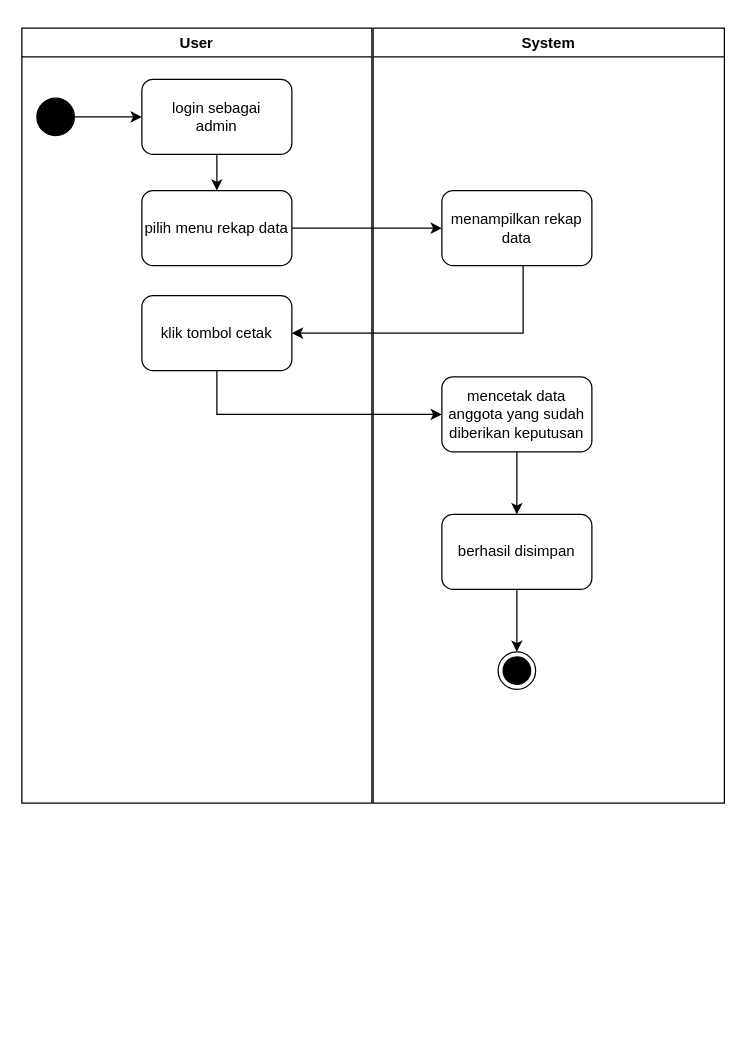
Above: page "Rekap Data" (15 of 41) of public/Untitled Diagram.drawio in alinurd/simpanPinjam (draw.io), before the change. Source tidied: cells renumbered, new cells numbered last; positions are measured from the earlier drawing's top-left corner, leaving out a move shared by most shapes. Both pictures are drawn from the tidied source at 125%, with x=0, y=0 at pixel (21, 28).
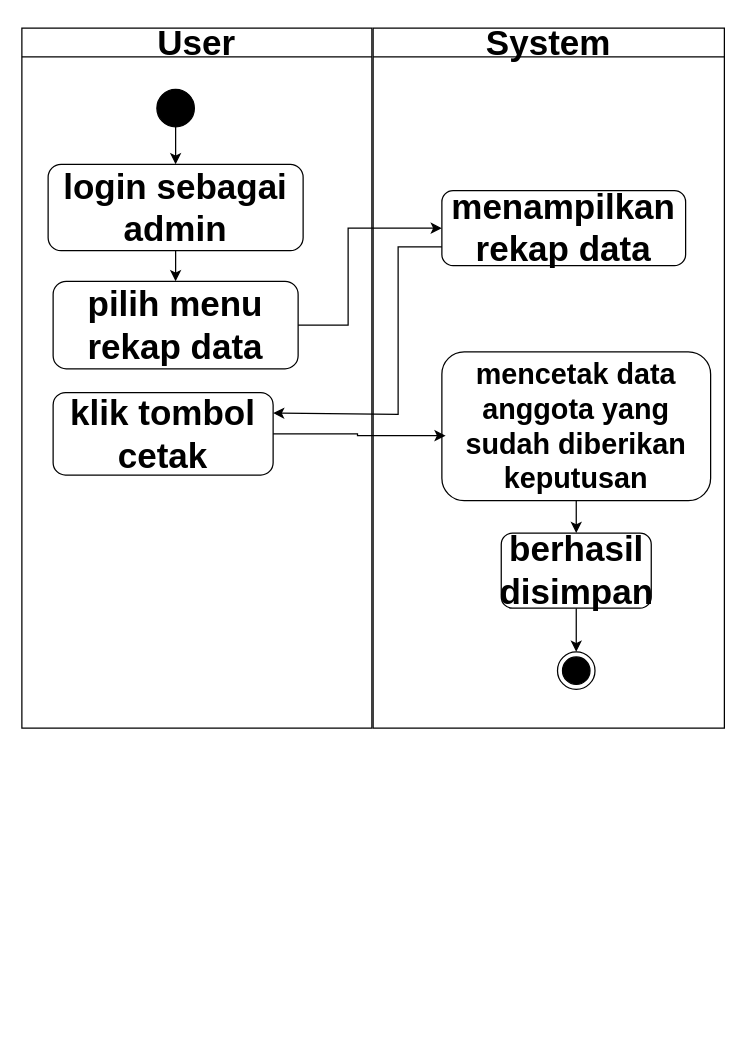
After the change.

Diff of the diagram source:
```diff
@@
-    <mxCell id="2" style="group;" parent="1" vertex="1">
+    <mxCell id="2" style="group;fontSize=28;fontStyle=1;" parent="1" vertex="1">
       <mxGeometry width="562" height="810" as="geometry" />
     </mxCell>
-    <mxCell id="3" value="User" style="swimlane;whiteSpace=wrap;html=1;" parent="2" vertex="1">
-      <mxGeometry width="280" height="620" as="geometry" />
+    <mxCell id="3" value="User" style="swimlane;whiteSpace=wrap;html=1;fontSize=28;fontStyle=1;" parent="2" vertex="1">
+      <mxGeometry width="280" height="560" as="geometry" />
     </mxCell>
-    <mxCell id="4" style="edgeStyle=orthogonalEdgeStyle;rounded=0;jettySize=auto;html=1;" parent="3" edge="1" source="5" target="8">
+    <mxCell id="4" style="edgeStyle=orthogonalEdgeStyle;rounded=0;jettySize=auto;html=1;fontSize=28;fontStyle=1;" parent="3" edge="1" source="5" target="8">
       <mxGeometry relative="1" as="geometry" />
     </mxCell>
-    <mxCell id="5" value="login sebagai &lt;br&gt;admin" style="rounded=1;whiteSpace=wrap;html=1;" parent="3" vertex="1">
-      <mxGeometry x="96" y="41" width="120" height="60" as="geometry" />
+    <mxCell id="5" value="login sebagai &lt;br style=&quot;font-size: 28px;&quot;&gt;admin" style="rounded=1;whiteSpace=wrap;html=1;fontSize=28;fontStyle=1;" parent="3" vertex="1">
+      <mxGeometry x="21" y="109" width="204" height="69" as="geometry" />
     </mxCell>
-    <mxCell id="6" style="edgeStyle=orthogonalEdgeStyle;rounded=0;jettySize=auto;html=1;" parent="3" edge="1" source="7" target="5">
+    <mxCell id="6" style="edgeStyle=orthogonalEdgeStyle;rounded=0;jettySize=auto;html=1;fontSize=28;fontStyle=1;" parent="3" edge="1" source="7" target="5">
       <mxGeometry relative="1" as="geometry" />
     </mxCell>
-    <mxCell id="7" style="ellipse;fillColor=strokeColor;html=1;" parent="3" vertex="1">
-      <mxGeometry x="12" y="56" width="30" height="30" as="geometry" />
+    <mxCell id="7" style="ellipse;fillColor=strokeColor;html=1;fontSize=28;fontStyle=1;" parent="3" vertex="1">
+      <mxGeometry x="108" y="49" width="30" height="30" as="geometry" />
     </mxCell>
-    <mxCell id="8" value="pilih menu rekap data" style="rounded=1;whiteSpace=wrap;html=1;" parent="3" vertex="1">
-      <mxGeometry x="96" y="130" width="120" height="60" as="geometry" />
+    <mxCell id="8" value="pilih menu rekap data" style="rounded=1;whiteSpace=wrap;html=1;fontSize=28;fontStyle=1;" parent="3" vertex="1">
+      <mxGeometry x="25" y="202.5" width="196" height="70" as="geometry" />
     </mxCell>
-    <mxCell id="9" value="klik tombol cetak" style="rounded=1;whiteSpace=wrap;html=1;" parent="3" vertex="1">
-      <mxGeometry x="96" y="214" width="120" height="60" as="geometry" />
+    <mxCell id="9" value="klik tombol cetak" style="rounded=1;whiteSpace=wrap;html=1;fontSize=28;fontStyle=1;" parent="3" vertex="1">
+      <mxGeometry x="25" y="291.5" width="176" height="66" as="geometry" />
     </mxCell>
-    <mxCell id="10" value="System" style="swimlane;whiteSpace=wrap;html=1;" parent="2" vertex="1">
-      <mxGeometry x="281" width="281" height="620" as="geometry" />
+    <mxCell id="10" value="System" style="swimlane;whiteSpace=wrap;html=1;fontSize=28;fontStyle=1;" parent="2" vertex="1">
+      <mxGeometry x="281" width="281" height="560" as="geometry" />
     </mxCell>
-    <mxCell id="11" value="menampilkan rekap data" style="rounded=1;whiteSpace=wrap;html=1;" parent="10" vertex="1">
-      <mxGeometry x="55" y="130" width="120" height="60" as="geometry" />
+    <mxCell id="11" value="menampilkan rekap data" style="rounded=1;whiteSpace=wrap;html=1;fontSize=28;fontStyle=1;" parent="10" vertex="1">
+      <mxGeometry x="55" y="130" width="195" height="60" as="geometry" />
     </mxCell>
-    <mxCell id="12" style="edgeStyle=orthogonalEdgeStyle;rounded=0;jettySize=auto;html=1;" parent="10" edge="1" source="13" target="15">
+    <mxCell id="12" style="edgeStyle=orthogonalEdgeStyle;rounded=0;jettySize=auto;html=1;fontSize=28;fontStyle=1;" parent="10" edge="1" source="13" target="15">
       <mxGeometry relative="1" as="geometry" />
     </mxCell>
-    <mxCell id="13" value="mencetak data anggota yang sudah diberikan keputusan" style="rounded=1;whiteSpace=wrap;html=1;" parent="10" vertex="1">
-      <mxGeometry x="55" y="279" width="120" height="60" as="geometry" />
+    <mxCell id="13" value="mencetak data anggota yang sudah diberikan keputusan" style="rounded=1;whiteSpace=wrap;html=1;fontSize=23;fontStyle=1;" parent="10" vertex="1">
+      <mxGeometry x="55" y="259" width="215" height="119" as="geometry" />
     </mxCell>
     <mxCell id="14" style="edgeStyle=orthogonalEdgeStyle;rounded=0;jettySize=auto;html=1;" parent="10" edge="1" source="15" target="16">
-      <mxGeometry relative="1" as="geometry">
-        <Array as="points">
-          <mxPoint x="115" y="529" />
-          <mxPoint x="115" y="529" />
-        </Array>
-      </mxGeometry>
+      <mxGeometry relative="1" as="geometry" />
     </mxCell>
-    <mxCell id="15" value="berhasil disimpan" style="whiteSpace=wrap;html=1;rounded=1;" parent="10" vertex="1">
-      <mxGeometry x="55" y="389" width="120" height="60" as="geometry" />
+    <mxCell id="15" value="berhasil disimpan" style="whiteSpace=wrap;html=1;rounded=1;fontSize=28;fontStyle=1;" parent="10" vertex="1">
+      <mxGeometry x="102.5" y="404" width="120" height="60" as="geometry" />
     </mxCell>
-    <mxCell id="16" style="ellipse;html=1;shape=endState;fillColor=strokeColor;" parent="10" vertex="1">
-      <mxGeometry x="100" y="499" width="30" height="30" as="geometry" />
+    <mxCell id="16" style="ellipse;html=1;shape=endState;fillColor=strokeColor;fontSize=28;fontStyle=1;" parent="10" vertex="1">
+      <mxGeometry x="147.5" y="499" width="30" height="30" as="geometry" />
     </mxCell>
-    <mxCell id="17" style="edgeStyle=orthogonalEdgeStyle;rounded=0;jettySize=auto;html=1;" parent="2" edge="1" source="8" target="11">
-      <mxGeometry relative="1" as="geometry" />
+    <mxCell id="17" style="edgeStyle=orthogonalEdgeStyle;rounded=0;jettySize=auto;html=1;fontSize=28;fontStyle=1;entryX=0;entryY=0.5;entryDx=0;entryDy=0;" parent="2" edge="1" source="8" target="11">
+      <mxGeometry relative="1" as="geometry">
+        <Array as="points">
+          <mxPoint x="261" y="238" />
+          <mxPoint x="261" y="160" />
+        </Array>
+      </mxGeometry>
     </mxCell>
-    <mxCell id="18" style="edgeStyle=orthogonalEdgeStyle;rounded=0;jettySize=auto;html=1;entryX=1;entryY=0.5;entryDx=0;entryDy=0;" parent="2" edge="1" source="11" target="9">
+    <mxCell id="18" style="edgeStyle=orthogonalEdgeStyle;rounded=0;jettySize=auto;html=1;entryX=1;entryY=0.25;entryDx=0;entryDy=0;exitX=0;exitY=0.75;exitDx=0;exitDy=0;" parent="2" edge="1" source="11" target="9">
       <mxGeometry relative="1" as="geometry">
         <Array as="points">
-          <mxPoint x="401" y="244" />
+          <mxPoint x="301" y="175" />
+          <mxPoint x="301" y="309" />
         </Array>
       </mxGeometry>
     </mxCell>
-    <mxCell id="19" style="edgeStyle=orthogonalEdgeStyle;rounded=0;jettySize=auto;html=1;entryX=0;entryY=0.5;entryDx=0;entryDy=0;" parent="2" edge="1" source="9" target="13">
-      <mxGeometry relative="1" as="geometry">
-        <Array as="points">
-          <mxPoint x="156" y="309" />
-        </Array>
-      </mxGeometry>
+    <mxCell id="19" style="edgeStyle=orthogonalEdgeStyle;rounded=0;jettySize=auto;html=1;entryX=0.014;entryY=0.563;entryDx=0;entryDy=0;entryPerimeter=0;" parent="2" edge="1" source="9" target="13">
+      <mxGeometry relative="1" as="geometry" />
     </mxCell>
```
